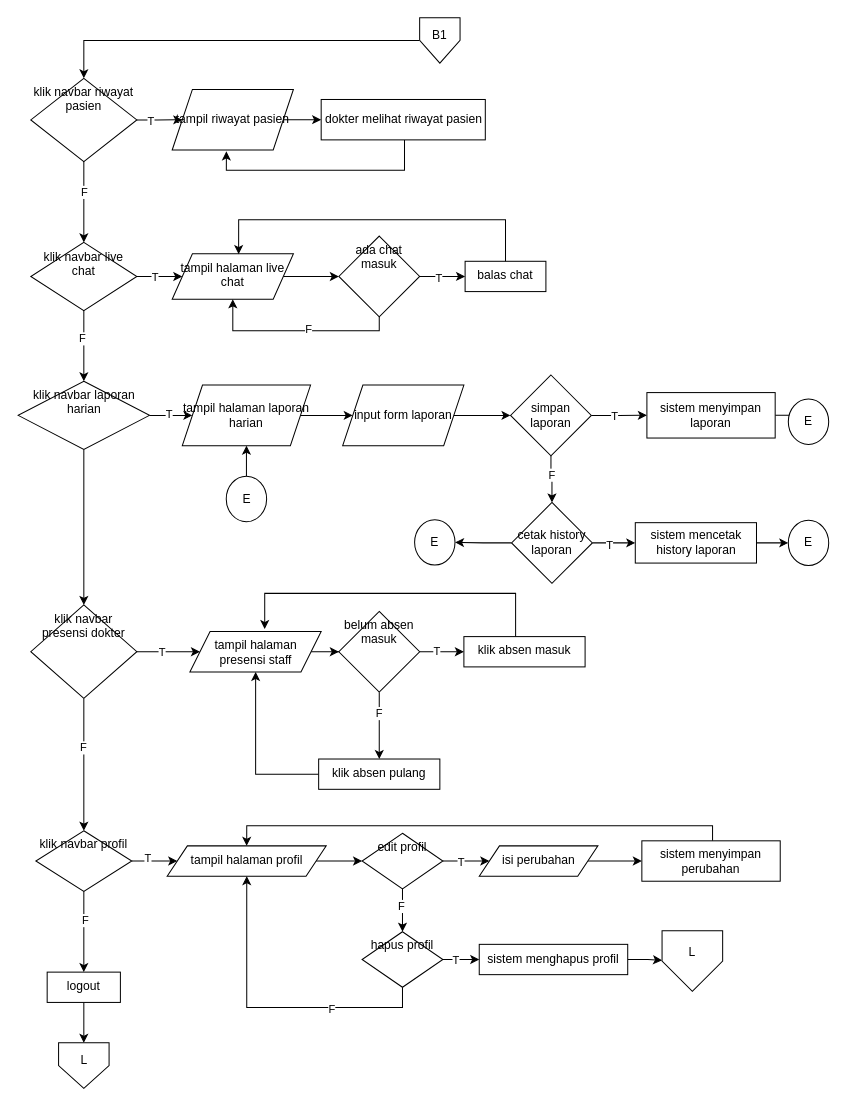
Before: page "Page-4" (4 of 8) of FLOWCHART SENTRA FARMA.drawio in rayshaaaf/PROJECT-SENTRA-FARMA, a draw.io diagram. Source tidied: cells renumbered, new cells numbered last; positions are measured from the earlier drawing's top-left corner, leaving out a move shared by most shapes. Both pictures are drawn from the tidied source at 101%, with x=0, y=0 at pixel (18, 17).
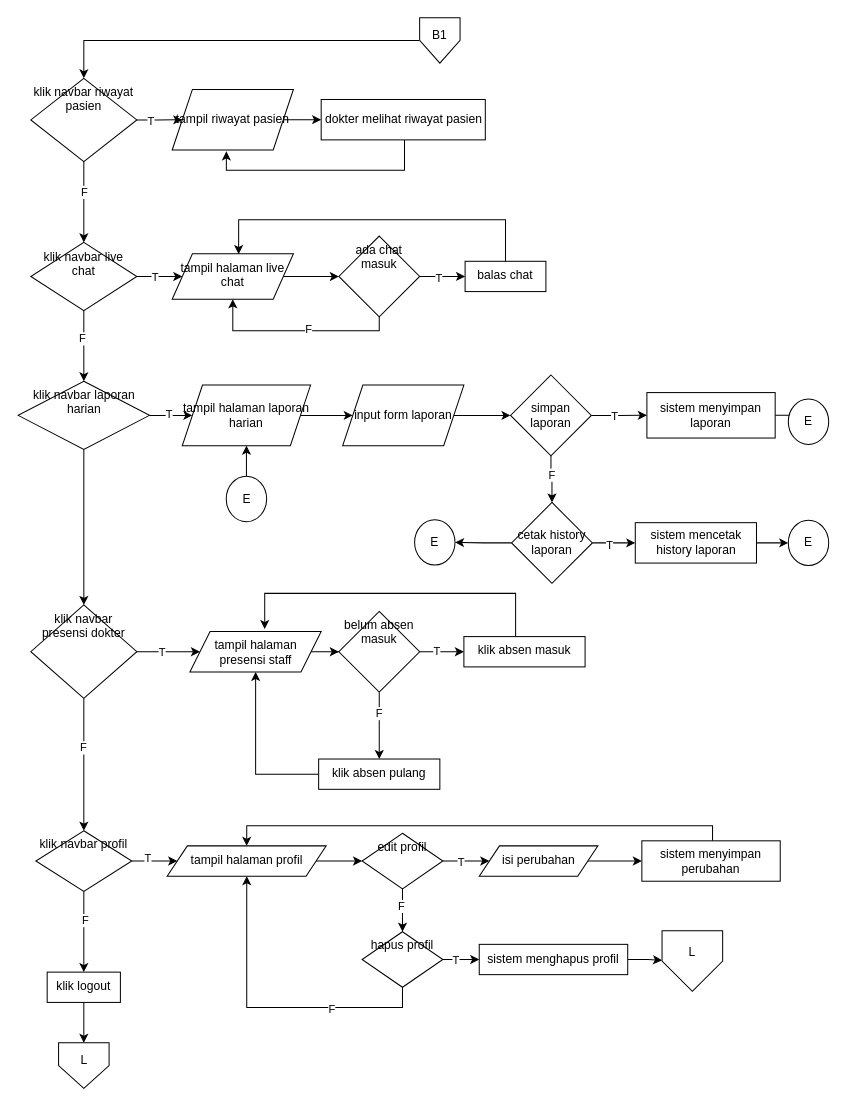
The same page after the edit.

What changed in the source:
```diff
@@
-    <mxCell id="100" value="logout" style="whiteSpace=wrap;html=1;verticalAlign=top;rounded=0;" parent="1" vertex="1">
+    <mxCell id="100" value="klik logout" style="whiteSpace=wrap;html=1;verticalAlign=top;rounded=0;" parent="1" vertex="1">
       <mxGeometry x="28.2" y="945" width="72.5" height="30" as="geometry" />
     </mxCell>
```
